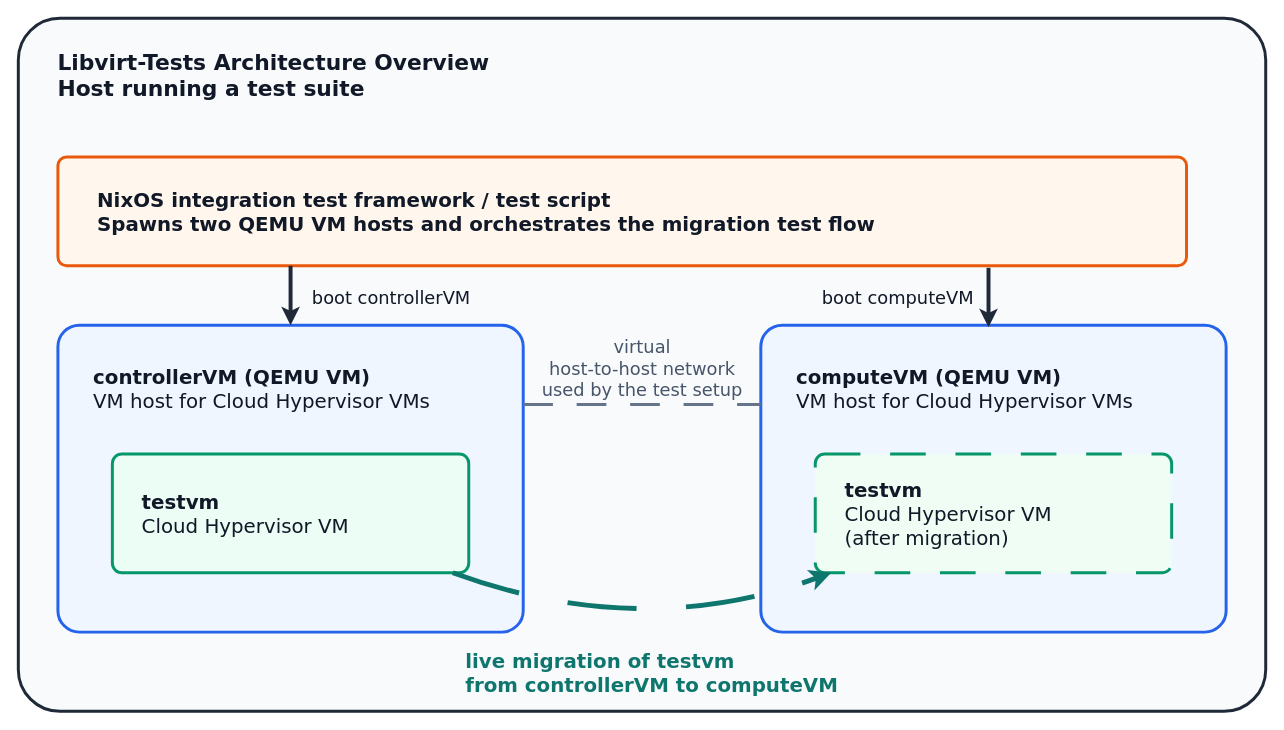
This is nixos-tests/docs/test-architecture-overview.drawio.xml from cyberus-technology/libvirt, a draw.io file, before an edit. Source tidied: cells renumbered, new cells numbered last; positions are measured from the earlier drawing's top-left corner, leaving out a move shared by most shapes. Both pictures are drawn from the tidied source at 99%, with x=0, y=0 at pixel (18, 18).
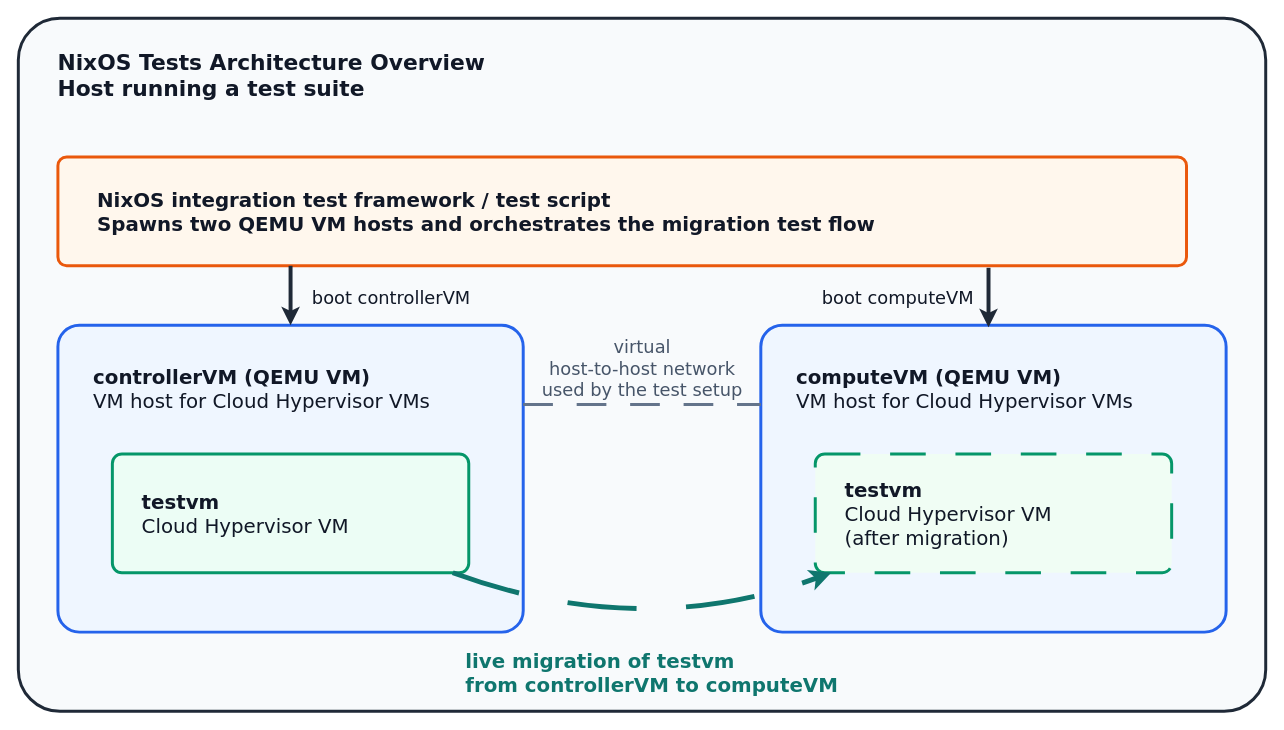
The same page after the edit.

Commit message (it also covers changes not shown here):
docs: rename stale libvirt-tests references

Replace leftover libvirt-tests naming in the integrated nixos-tests
documentation and diagram metadata.

After merging the repositories, the old standalone repository name is
stale and makes the current layout harder to understand.

On-behalf-of: SAP sebastian.eydam@sap.com

The edit, as a diff of the source:
```diff
@@
 <mxGraphModel>
   <root>
     <mxCell id="0" />
     <mxCell id="1" parent="0" />
-    <mxCell id="2" value="Libvirt-Tests Architecture Overview&lt;br&gt;Host running a test suite" style="rounded=1;whiteSpace=wrap;html=1;arcSize=6;strokeColor=#1f2937;strokeWidth=3;fillColor=#f8fafc;fontColor=#111827;fontFamily=DejaVu Sans;fontSize=22;fontStyle=1;align=left;verticalAlign=top;spacingTop=26;spacingLeft=38;" parent="1" vertex="1">
+    <mxCell id="2" value="NixOS Tests Architecture Overview&lt;br&gt;Host running a test suite" style="rounded=1;whiteSpace=wrap;html=1;arcSize=6;strokeColor=#1f2937;strokeWidth=3;fillColor=#f8fafc;fontColor=#111827;fontFamily=DejaVu Sans;fontSize=22;fontStyle=1;align=left;verticalAlign=top;spacingTop=26;spacingLeft=38;" parent="1" vertex="1">
       <mxGeometry width="1260" height="700" as="geometry" />
     </mxCell>
     <mxCell id="3" value="NixOS integration test framework / test script&#10;Spawns two QEMU VM hosts and orchestrates the migration test flow" style="rounded=1;whiteSpace=wrap;html=1;arcSize=8;strokeColor=#ea580c;strokeWidth=3;fillColor=#fff7ed;fontColor=#111827;fontFamily=DejaVu Sans;fontSize=20;fontStyle=1;align=left;verticalAlign=middle;spacingLeft=38;" parent="1" vertex="1">
       <mxGeometry x="40" y="140" width="1140" height="110" as="geometry" />
     </mxCell>
     <mxCell id="4" value="controllerVM (QEMU VM)&lt;br&gt;&lt;span style=&quot;font-weight: normal;&quot;&gt;VM host for Cloud Hypervisor VMs&lt;/span&gt;" style="rounded=1;whiteSpace=wrap;html=1;arcSize=7;strokeColor=#2563eb;strokeWidth=3;fillColor=#eff6ff;fontColor=#111827;fontFamily=DejaVu Sans;fontSize=20;fontStyle=1;align=left;verticalAlign=top;spacingTop=34;spacingLeft=34;" parent="1" vertex="1">
       <mxGeometry x="40" y="310" width="470" height="310" as="geometry" />
     </mxCell>
     <mxCell id="5" value="testvm&lt;br&gt;&lt;span style=&quot;font-weight: normal;&quot;&gt;Cloud Hypervisor VM&lt;/span&gt;" style="rounded=1;whiteSpace=wrap;html=1;arcSize=8;strokeColor=#059669;strokeWidth=3;fillColor=#ecfdf5;fontColor=#111827;fontFamily=DejaVu Sans;fontSize=20;fontStyle=1;align=left;verticalAlign=middle;spacingLeft=28;" parent="1" vertex="1">
       <mxGeometry x="95" y="440" width="360" height="120" as="geometry" />
     </mxCell>
     <mxCell id="6" value="computeVM (QEMU VM)&lt;br&gt;&lt;span style=&quot;font-weight: normal;&quot;&gt;VM host for Cloud Hypervisor VMs&lt;/span&gt;" style="rounded=1;whiteSpace=wrap;html=1;arcSize=7;strokeColor=#2563eb;strokeWidth=3;fillColor=#eff6ff;fontColor=#111827;fontFamily=DejaVu Sans;fontSize=20;fontStyle=1;align=left;verticalAlign=top;spacingTop=34;spacingLeft=34;" parent="1" vertex="1">
       <mxGeometry x="750" y="310" width="470" height="310" as="geometry" />
     </mxCell>
     <mxCell id="7" value="testvm&lt;br&gt;&lt;span style=&quot;font-weight: normal;&quot;&gt;Cloud Hypervisor VM&lt;/span&gt;&lt;br&gt;&lt;span style=&quot;font-weight: normal;&quot;&gt;(after migration)&lt;/span&gt;" style="rounded=1;whiteSpace=wrap;html=1;arcSize=8;strokeColor=#059669;strokeWidth=3;dashed=1;dashPattern=12 10;fillColor=#f0fdf4;fontColor=#111827;fontFamily=DejaVu Sans;fontSize=20;fontStyle=1;align=left;verticalAlign=middle;spacingLeft=28;" parent="1" vertex="1">
       <mxGeometry x="805" y="440" width="360" height="120" as="geometry" />
     </mxCell>
     <mxCell id="8" style="endArrow=classic;html=1;rounded=0;strokeColor=#1f2937;strokeWidth=4;edgeStyle=elbowEdgeStyle;" parent="1" edge="1" source="3" target="4">
       <mxGeometry relative="1" as="geometry" />
     </mxCell>
     <mxCell id="9" value="boot controllerVM" style="text;html=1;strokeColor=none;fillColor=none;align=left;verticalAlign=middle;fontColor=#111827;fontFamily=DejaVu Sans;fontSize=18;" parent="1" vertex="1">
       <mxGeometry x="295" y="264" width="180" height="36" as="geometry" />
     </mxCell>
     <mxCell id="10" style="endArrow=classic;html=1;rounded=0;strokeColor=#1f2937;strokeWidth=4;edgeStyle=elbowEdgeStyle;" parent="1" edge="1">
       <mxGeometry relative="1" as="geometry">
         <mxPoint x="980" y="252" as="sourcePoint" />
         <mxPoint x="980" y="312" as="targetPoint" />
       </mxGeometry>
     </mxCell>
     <mxCell id="11" value="boot computeVM" style="text;html=1;strokeColor=none;fillColor=none;align=left;verticalAlign=middle;fontColor=#111827;fontFamily=DejaVu Sans;fontSize=18;" parent="1" vertex="1">
       <mxGeometry x="810" y="264" width="180" height="36" as="geometry" />
     </mxCell>
     <mxCell id="12" style="endArrow=none;html=1;rounded=0;strokeColor=#64748b;strokeWidth=3;dashed=1;dashPattern=10 8;" parent="1" edge="1" source="4" target="6">
       <mxGeometry relative="1" as="geometry">
         <Array as="points">
           <mxPoint x="510" y="390" />
           <mxPoint x="750" y="390" />
         </Array>
       </mxGeometry>
     </mxCell>
     <mxCell id="13" value="&lt;div&gt;virtual&lt;/div&gt;host-to-host network&lt;br&gt;used by the test setup" style="text;html=1;strokeColor=none;fillColor=none;align=center;verticalAlign=middle;fontColor=#475569;fontFamily=DejaVu Sans;fontSize=18;" parent="1" vertex="1">
       <mxGeometry x="540" y="330" width="180" height="48" as="geometry" />
     </mxCell>
     <mxCell id="14" style="curved=1;endArrow=classic;html=1;rounded=0;strokeColor=#0f766e;strokeWidth=5;dashed=1;dashPattern=14 10;" parent="1" edge="1" source="5" target="7">
       <mxGeometry relative="1" as="geometry">
         <Array as="points">
           <mxPoint x="630" y="630" />
         </Array>
       </mxGeometry>
     </mxCell>
     <mxCell id="15" value="live migration of testvm&#10;from controllerVM to computeVM" style="text;html=1;strokeColor=none;fillColor=none;align=left;verticalAlign=middle;fontColor=#0f766e;fontFamily=DejaVu Sans;fontSize=20;fontStyle=1;" parent="1" vertex="1">
       <mxGeometry x="450" y="634" width="360" height="54" as="geometry" />
     </mxCell>
   </root>
 </mxGraphModel>
```
